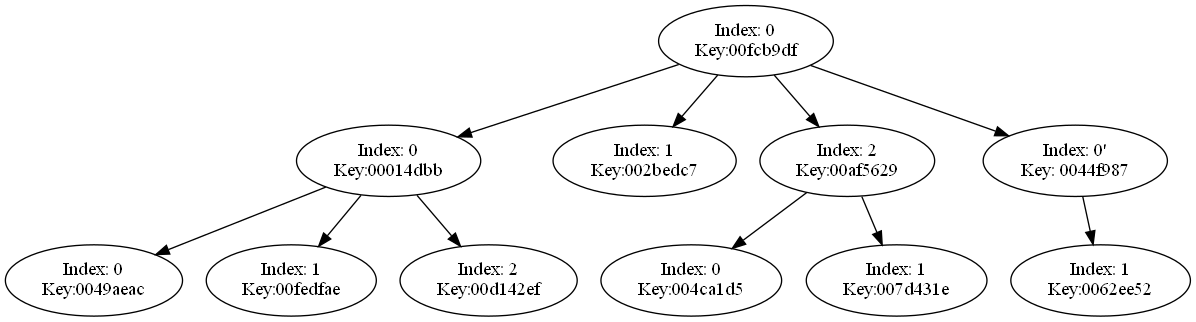
The Graphviz diagram wallet.dot.png in Millennial-Mind/HD-Wallet-BTC, before a commit. Its source is kept beside it as wallet.dot.
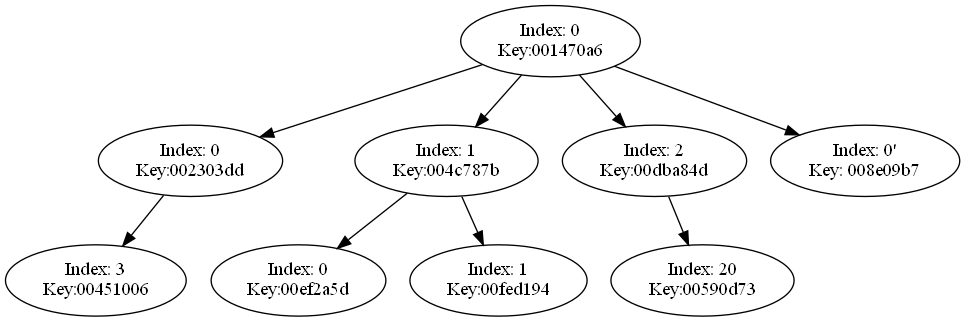
After the change.

What changed in the source:
```diff
@@ -1,54 +1,44 @@
 digraph tree {
     "Index: 0
-Key:00fcb9df";
+Key:001470a6";
     "Index: 0
-Key:00014dbb";
+Key:002303dd";
+    "Index: 3
+Key:00451006";
+    "Index: 1
+Key:004c787b";
     "Index: 0
-Key:0049aeac";
+Key:00ef2a5d";
     "Index: 1
-Key:00fedfae";
+Key:00fed194";
     "Index: 2
-Key:00d142ef";
+Key:00dba84d";
+    "Index: 20
+Key:00590d73";
+    "Index: 0'
+Key: 008e09b7";
+    "Index: 0
+Key:001470a6" -> "Index: 0
+Key:002303dd";
+    "Index: 0
+Key:001470a6" -> "Index: 1
+Key:004c787b";
+    "Index: 0
+Key:001470a6" -> "Index: 2
+Key:00dba84d";
+    "Index: 0
+Key:001470a6" -> "Index: 0'
+Key: 008e09b7";
+    "Index: 0
+Key:002303dd" -> "Index: 3
+Key:00451006";
     "Index: 1
-Key:002bedc7";
+Key:004c787b" -> "Index: 0
+Key:00ef2a5d";
+    "Index: 1
+Key:004c787b" -> "Index: 1
+Key:00fed194";
     "Index: 2
-Key:00af5629";
-    "Index: 0
-Key:004ca1d5";
-    "Index: 1
-Key:007d431e";
-    "Index: 0'
-Key: 0044f987";
-    "Index: 1
-Key:0062ee52";
-    "Index: 0
-Key:00fcb9df" -> "Index: 0
-Key:00014dbb";
-    "Index: 0
-Key:00fcb9df" -> "Index: 1
-Key:002bedc7";
-    "Index: 0
-Key:00fcb9df" -> "Index: 2
-Key:00af5629";
-    "Index: 0
-Key:00fcb9df" -> "Index: 0'
-Key: 0044f987";
-    "Index: 0
-Key:00014dbb" -> "Index: 0
-Key:0049aeac";
-    "Index: 0
-Key:00014dbb" -> "Index: 1
-Key:00fedfae";
-    "Index: 0
-Key:00014dbb" -> "Index: 2
-Key:00d142ef";
-    "Index: 2
-Key:00af5629" -> "Index: 0
-Key:004ca1d5";
-    "Index: 2
-Key:00af5629" -> "Index: 1
-Key:007d431e";
-    "Index: 0'
-Key: 0044f987" -> "Index: 1
-Key:0062ee52";
+Key:00dba84d" -> "Index: 20
+Key:00590d73";
 }
```
